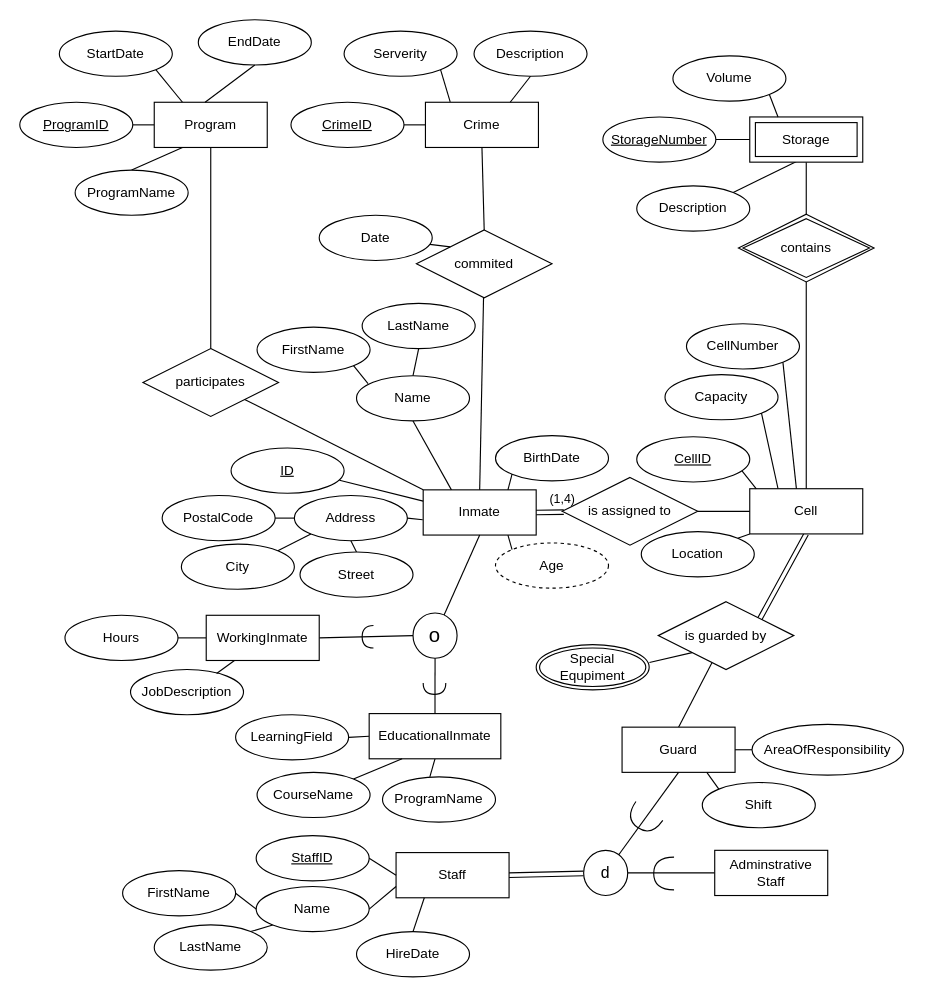
The draw.io diagram assets/erprison.drawio in Norman1m/MyPrison, before the edit. Source tidied: cells renumbered, new cells numbered last; positions are measured from the earlier drawing's top-left corner, leaving out a move shared by most shapes. Both pictures are drawn from the tidied source at 113%, with x=0, y=0 at pixel (19, 19).
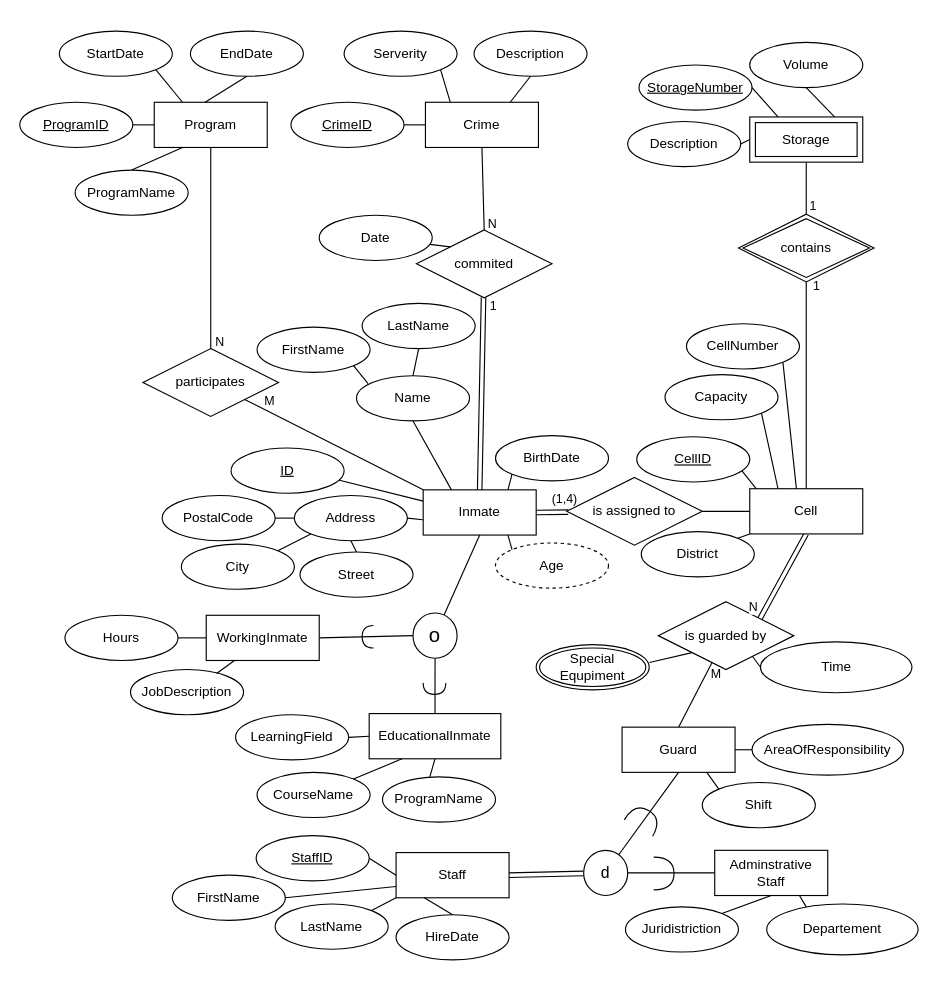
After the change.

Unchanged cells that the change refers to:
```xml
<mxCell id="2" value="Inmate" style="whiteSpace=wrap;html=1;align=center;" parent="1" vertex="1">
  <mxGeometry x="357" y="416" width="100" height="40" as="geometry" />
</mxCell>
<mxCell id="5" value="commited" style="shape=rhombus;perimeter=rhombusPerimeter;whiteSpace=wrap;html=1;align=center;" parent="1" vertex="1">
  <mxGeometry x="351" y="186" width="120" height="60" as="geometry" />
</mxCell>
<mxCell id="9" style="endArrow=none;html=1;rounded=0;entryX=0.5;entryY=0;entryDx=0;entryDy=0;" parent="1" edge="1" source="10" target="25">
  <mxGeometry relative="1" as="geometry" />
</mxCell>
<mxCell id="10" value="is guarded by" style="shape=rhombus;perimeter=rhombusPerimeter;whiteSpace=wrap;html=1;align=center;" parent="1" vertex="1">
  <mxGeometry x="565" y="515" width="120" height="60" as="geometry" />
</mxCell>
<mxCell id="15" style="endArrow=none;html=1;rounded=0;entryX=0.5;entryY=1;entryDx=0;entryDy=0;exitX=1;exitY=0;exitDx=0;exitDy=0;shape=link;" parent="1" edge="1" source="10" target="23">
  <mxGeometry relative="1" as="geometry" />
</mxCell>
<mxCell id="20" style="endArrow=none;html=1;rounded=0;entryX=0.5;entryY=1;entryDx=0;entryDy=0;exitX=0.5;exitY=0;exitDx=0;exitDy=0;" parent="1" edge="1" source="3" target="19">
  <mxGeometry relative="1" as="geometry" />
</mxCell>
<mxCell id="22" style="endArrow=none;html=1;rounded=0;entryX=0.5;entryY=1;entryDx=0;entryDy=0;exitX=0.5;exitY=0;exitDx=0;exitDy=0;" parent="1" edge="1" source="5" target="21">
  <mxGeometry relative="1" as="geometry" />
</mxCell>
<mxCell id="62" style="endArrow=none;html=1;rounded=0;exitX=0.5;exitY=0;exitDx=0;exitDy=0;entryX=0.5;entryY=1;entryDx=0;entryDy=0;" parent="1" edge="1" source="64" target="73">
  <mxGeometry relative="1" as="geometry" />
</mxCell>
<mxCell id="63" style="endArrow=none;html=1;rounded=0;entryX=0.5;entryY=1;entryDx=0;entryDy=0;exitX=0.5;exitY=0;exitDx=0;exitDy=0;" parent="1" edge="1" source="23" target="64">
  <mxGeometry relative="1" as="geometry" />
</mxCell>
<mxCell id="65" value="Staff" style="whiteSpace=wrap;html=1;align=center;" parent="1" vertex="1">
  <mxGeometry x="333" y="737" width="100" height="40" as="geometry" />
</mxCell>
<mxCell id="71" value="Adminstrative Staff" style="whiteSpace=wrap;html=1;align=center;" parent="1" vertex="1">
  <mxGeometry x="615" y="735" width="100" height="40" as="geometry" />
</mxCell>
<mxCell id="73" value="Storage" style="shape=ext;margin=3;double=1;whiteSpace=wrap;html=1;align=center;" parent="1" vertex="1">
  <mxGeometry x="646" y="86" width="100" height="40" as="geometry" />
</mxCell>
<mxCell id="86" style="endArrow=none;html=1;rounded=0;exitX=1;exitY=1;exitDx=0;exitDy=0;entryX=0;entryY=0;entryDx=0;entryDy=0;" parent="1" edge="1" source="3" target="2">
  <mxGeometry relative="1" as="geometry" />
</mxCell>
```

Diff of the diagram source:
```diff
@@
-    <mxCell id="4" style="endArrow=none;html=1;rounded=0;entryX=0.5;entryY=0;entryDx=0;entryDy=0;" parent="1" edge="1" source="5" target="2">
+    <mxCell id="4" style="endArrow=none;html=1;rounded=0;entryX=0.5;entryY=0;entryDx=0;entryDy=0;shape=link;" parent="1" edge="1" source="5" target="2">
       <mxGeometry relative="1" as="geometry" />
     </mxCell>
+    <mxCell id="116" value="1" style="edgeLabel;html=1;align=center;verticalAlign=middle;" parent="4" vertex="1">
+      <mxGeometry x="-0.8" relative="1" as="geometry">
+        <mxPoint x="8" y="-10" as="offset" />
+      </mxGeometry>
+    </mxCell>
@@
     <mxCell id="8" value="is assigned to" style="shape=rhombus;perimeter=rhombusPerimeter;whiteSpace=wrap;html=1;align=center;" parent="1" vertex="1">
-      <mxGeometry x="480" y="405" width="120" height="60" as="geometry" />
+      <mxGeometry x="484" y="405" width="120" height="60" as="geometry" />
     </mxCell>
@@
+    <mxCell id="117" value="M" style="edgeLabel;html=1;align=center;verticalAlign=middle;" parent="9" vertex="1">
+      <mxGeometry x="-0.57" y="1" relative="1" as="geometry">
+        <mxPoint x="8" y="-3" as="offset" />
+      </mxGeometry>
+    </mxCell>
@@
+    <mxCell id="118" value="N" style="edgeLabel;html=1;align=center;verticalAlign=middle;" parent="15" vertex="1">
+      <mxGeometry x="-0.07" y="1" relative="1" as="geometry">
+        <mxPoint x="-25" y="25" as="offset" />
+      </mxGeometry>
+    </mxCell>
@@
+    <mxCell id="119" value="N" style="edgeLabel;html=1;align=center;verticalAlign=middle;" parent="20" vertex="1">
+      <mxGeometry x="-0.69" y="-1" relative="1" as="geometry">
+        <mxPoint x="6" y="21" as="offset" />
+      </mxGeometry>
+    </mxCell>
@@
+    <mxCell id="120" value="N" style="edgeLabel;html=1;align=center;verticalAlign=middle;" parent="22" vertex="1">
+      <mxGeometry x="-0.11" y="2" relative="1" as="geometry">
+        <mxPoint x="9" y="26" as="offset" />
+      </mxGeometry>
+    </mxCell>
@@
     <mxCell id="30" value="EndDate" style="ellipse;whiteSpace=wrap;html=1;align=center;" parent="1" vertex="1">
-      <mxGeometry x="158" width="100" height="40" as="geometry" />
+      <mxGeometry x="151" y="10" width="100" height="40" as="geometry" />
     </mxCell>
@@
-    <mxCell id="42" value="Location" style="ellipse;whiteSpace=wrap;html=1;align=center;" parent="1" vertex="1">
+    <mxCell id="42" value="District" style="ellipse;whiteSpace=wrap;html=1;align=center;" parent="1" vertex="1">
       <mxGeometry x="550" y="453" width="100" height="40" as="geometry" />
     </mxCell>
@@
+    <mxCell id="121" value="1" style="edgeLabel;html=1;align=center;verticalAlign=middle;" parent="62" vertex="1">
+      <mxGeometry x="0.44" y="-2" relative="1" as="geometry">
+        <mxPoint x="3" y="25" as="offset" />
+      </mxGeometry>
+    </mxCell>
@@
+    <mxCell id="122" value="1" style="edgeLabel;html=1;align=center;verticalAlign=middle;" parent="63" vertex="1">
+      <mxGeometry x="0.89" y="-1" relative="1" as="geometry">
+        <mxPoint x="7" y="-7" as="offset" />
+      </mxGeometry>
+    </mxCell>
@@
-    <mxCell id="70" style="shape=requiredInterface;html=1;verticalLabelPosition=bottom;sketch=0;rotation=-180;" parent="1" vertex="1">
+    <mxCell id="70" style="shape=requiredInterface;html=1;verticalLabelPosition=bottom;sketch=0;rotation=0;" parent="1" vertex="1">
       <mxGeometry x="561" y="741" width="18" height="29" as="geometry" />
     </mxCell>
@@
-    <mxCell id="72" style="endArrow=none;html=1;rounded=0;entryX=0.423;entryY=0.976;entryDx=0;entryDy=0;entryPerimeter=0;exitX=1;exitY=0;exitDx=0;exitDy=0;" parent="1" edge="1" source="78" target="73">
+    <mxCell id="72" style="endArrow=none;html=1;rounded=0;entryX=0;entryY=0.5;entryDx=0;entryDy=0;exitX=1;exitY=0.5;exitDx=0;exitDy=0;" parent="1" edge="1" source="78" target="73">
       <mxGeometry relative="1" as="geometry" />
     </mxCell>
@@
     <mxCell id="74" value="StorageNumber" style="ellipse;whiteSpace=wrap;html=1;align=center;fontStyle=4;" parent="1" vertex="1">
-      <mxGeometry x="516" y="86" width="100" height="40" as="geometry" />
+      <mxGeometry x="548" y="40" width="100" height="40" as="geometry" />
     </mxCell>
-    <mxCell id="75" style="endArrow=none;html=1;rounded=0;entryX=1;entryY=0.5;entryDx=0;entryDy=0;exitX=0;exitY=0.5;exitDx=0;exitDy=0;" parent="1" edge="1" source="73" target="74">
+    <mxCell id="75" style="endArrow=none;html=1;rounded=0;entryX=1;entryY=0.5;entryDx=0;entryDy=0;exitX=0.25;exitY=0;exitDx=0;exitDy=0;" parent="1" edge="1" source="73" target="74">
       <mxGeometry relative="1" as="geometry" />
     </mxCell>
-    <mxCell id="76" style="endArrow=none;html=1;rounded=0;entryX=0.25;entryY=0;entryDx=0;entryDy=0;exitX=1;exitY=1;exitDx=0;exitDy=0;" parent="1" edge="1" source="77" target="73">
+    <mxCell id="76" style="endArrow=none;html=1;rounded=0;entryX=0.75;entryY=0;entryDx=0;entryDy=0;exitX=0.5;exitY=1;exitDx=0;exitDy=0;" parent="1" edge="1" source="77" target="73">
       <mxGeometry relative="1" as="geometry" />
     </mxCell>
     <mxCell id="77" value="Volume" style="ellipse;whiteSpace=wrap;html=1;align=center;" parent="1" vertex="1">
-      <mxGeometry x="578" y="32" width="100" height="40" as="geometry" />
+      <mxGeometry x="646" y="20" width="100" height="40" as="geometry" />
     </mxCell>
     <mxCell id="78" value="Description" style="ellipse;whiteSpace=wrap;html=1;align=center;" parent="1" vertex="1">
-      <mxGeometry x="546" y="147" width="100" height="40" as="geometry" />
+      <mxGeometry x="538" y="90" width="100" height="40" as="geometry" />
     </mxCell>
@@
+    <mxCell id="123" value="M" style="edgeLabel;html=1;align=center;verticalAlign=middle;" parent="86" vertex="1">
+      <mxGeometry x="-0.71" y="2" relative="1" as="geometry">
+        <mxPoint x="-3" y="-9" as="offset" />
+      </mxGeometry>
+    </mxCell>
@@
-    <mxCell id="102" style="shape=requiredInterface;html=1;verticalLabelPosition=bottom;sketch=0;rotation=125;" parent="1" vertex="1">
+    <mxCell id="102" style="shape=requiredInterface;html=1;verticalLabelPosition=bottom;sketch=0;rotation=-60;" parent="1" vertex="1">
       <mxGeometry x="543" y="693" width="18" height="29" as="geometry" />
     </mxCell>
@@
-    <mxCell id="108" value="Name" style="ellipse;whiteSpace=wrap;html=1;align=center;" parent="1" vertex="1">
-      <mxGeometry x="209.2" y="767" width="100" height="40" as="geometry" />
-    </mxCell>
     <mxCell id="109" value="FirstName" style="ellipse;whiteSpace=wrap;html=1;align=center;" parent="1" vertex="1">
-      <mxGeometry x="91" y="753" width="100" height="40" as="geometry" />
+      <mxGeometry x="135" y="757" width="100" height="40" as="geometry" />
     </mxCell>
-    <mxCell id="110" style="endArrow=none;html=1;rounded=0;entryX=1;entryY=0;entryDx=0;entryDy=0;exitX=0;exitY=1;exitDx=0;exitDy=0;" parent="1" edge="1" source="108" target="114">
+    <mxCell id="110" style="endArrow=none;html=1;rounded=0;entryX=1;entryY=0;entryDx=0;entryDy=0;exitX=0;exitY=1;exitDx=0;exitDy=0;" parent="1" edge="1" source="65" target="114">
       <mxGeometry relative="1" as="geometry" />
     </mxCell>
-    <mxCell id="111" style="endArrow=none;html=1;rounded=0;entryX=1;entryY=0.5;entryDx=0;entryDy=0;exitX=0;exitY=0.5;exitDx=0;exitDy=0;" parent="1" edge="1" source="108" target="109">
+    <mxCell id="111" style="endArrow=none;html=1;rounded=0;entryX=1;entryY=0.5;entryDx=0;entryDy=0;exitX=0;exitY=0.75;exitDx=0;exitDy=0;" parent="1" edge="1" source="65" target="109">
       <mxGeometry relative="1" as="geometry" />
     </mxCell>
     <mxCell id="112" value="HireDate" style="ellipse;whiteSpace=wrap;html=1;align=center;" parent="1" vertex="1">
-      <mxGeometry x="298" y="807" width="100" height="40" as="geometry" />
+      <mxGeometry x="333" y="792" width="100" height="40" as="geometry" />
     </mxCell>
@@
     <mxCell id="114" value="LastName" style="ellipse;whiteSpace=wrap;html=1;align=center;" parent="1" vertex="1">
-      <mxGeometry x="119" y="801" width="100" height="40" as="geometry" />
+      <mxGeometry x="226" y="782.5" width="100" height="40" as="geometry" />
     </mxCell>
-    <mxCell id="115" style="endArrow=none;html=1;rounded=0;entryX=1;entryY=0.5;entryDx=0;entryDy=0;exitX=0;exitY=0.75;exitDx=0;exitDy=0;" parent="1" edge="1" source="65" target="108">
-      <mxGeometry relative="1" as="geometry" />
-    </mxCell>
+    <mxCell id="124" style="endArrow=none;html=1;rounded=0;entryX=0.75;entryY=1;entryDx=0;entryDy=0;exitX=0.261;exitY=0.057;exitDx=0;exitDy=0;exitPerimeter=0;" parent="1" edge="1" source="125" target="71">
+      <mxGeometry relative="1" as="geometry" />
+    </mxCell>
+    <mxCell id="125" value="Departement" style="ellipse;whiteSpace=wrap;html=1;align=center;" parent="1" vertex="1">
+      <mxGeometry x="661" y="782.5" width="134" height="45" as="geometry" />
+    </mxCell>
+    <mxCell id="126" value="Juridistriction" style="ellipse;whiteSpace=wrap;html=1;align=center;" parent="1" vertex="1">
+      <mxGeometry x="536" y="785" width="100" height="40" as="geometry" />
+    </mxCell>
+    <mxCell id="127" style="endArrow=none;html=1;rounded=0;entryX=0.5;entryY=1;entryDx=0;entryDy=0;exitX=1;exitY=0;exitDx=0;exitDy=0;" parent="1" edge="1" source="126" target="71">
+      <mxGeometry relative="1" as="geometry" />
+    </mxCell>
+    <mxCell id="128" style="endArrow=none;html=1;rounded=0;entryX=0.693;entryY=0.801;entryDx=0;entryDy=0;exitX=0;exitY=0.5;exitDx=0;exitDy=0;entryPerimeter=0;" parent="1" edge="1" source="129" target="10">
+      <mxGeometry relative="1" as="geometry" />
+    </mxCell>
+    <mxCell id="129" value="Time" style="ellipse;whiteSpace=wrap;html=1;align=center;" parent="1" vertex="1">
+      <mxGeometry x="655.5" y="550.5" width="134" height="45" as="geometry" />
+    </mxCell>
```
